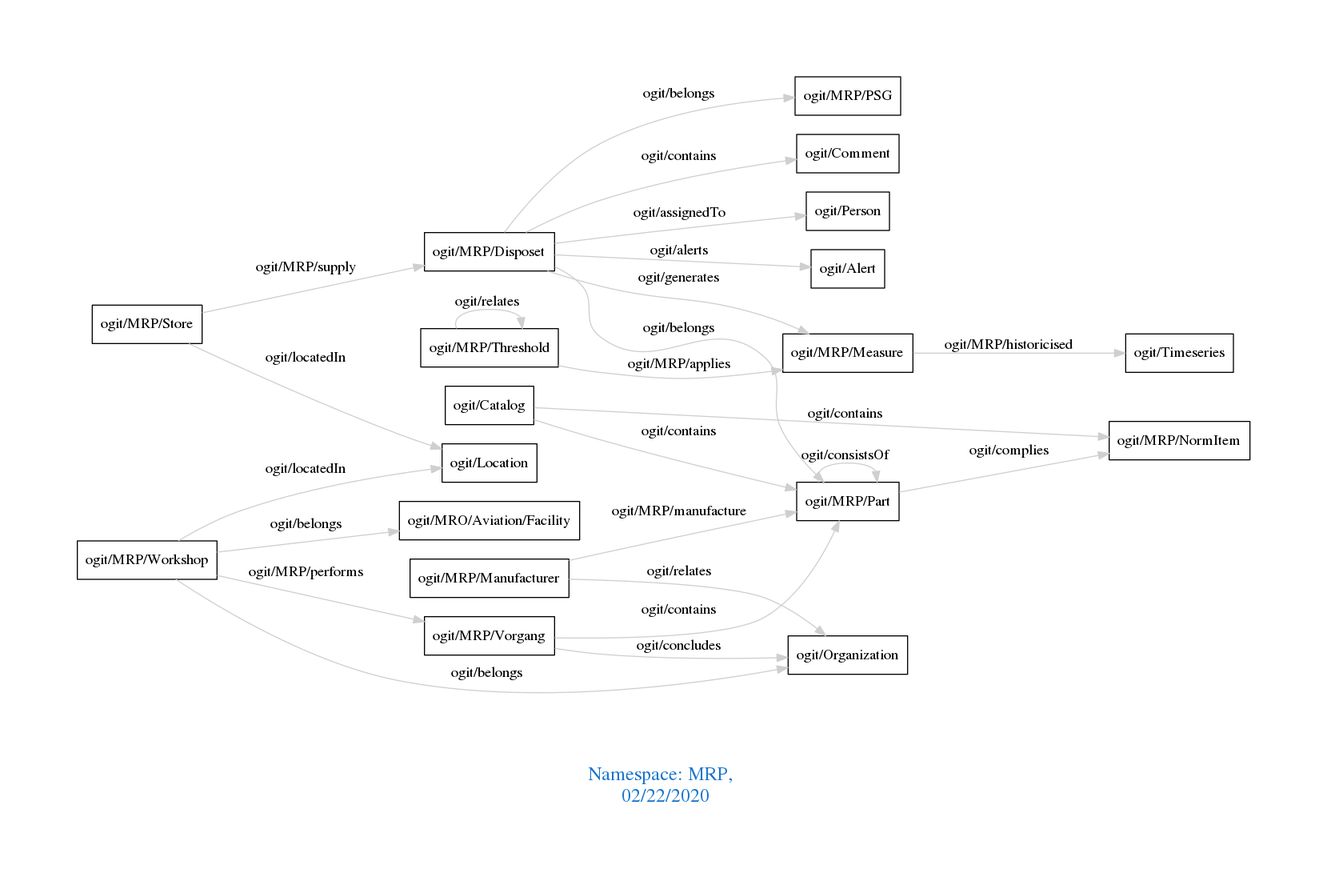
arago/OGIT keeps this Graphviz diagram as downloads/MRP.png. Above is the earlier version. Its source is kept beside it as downloads/MRP.dot.
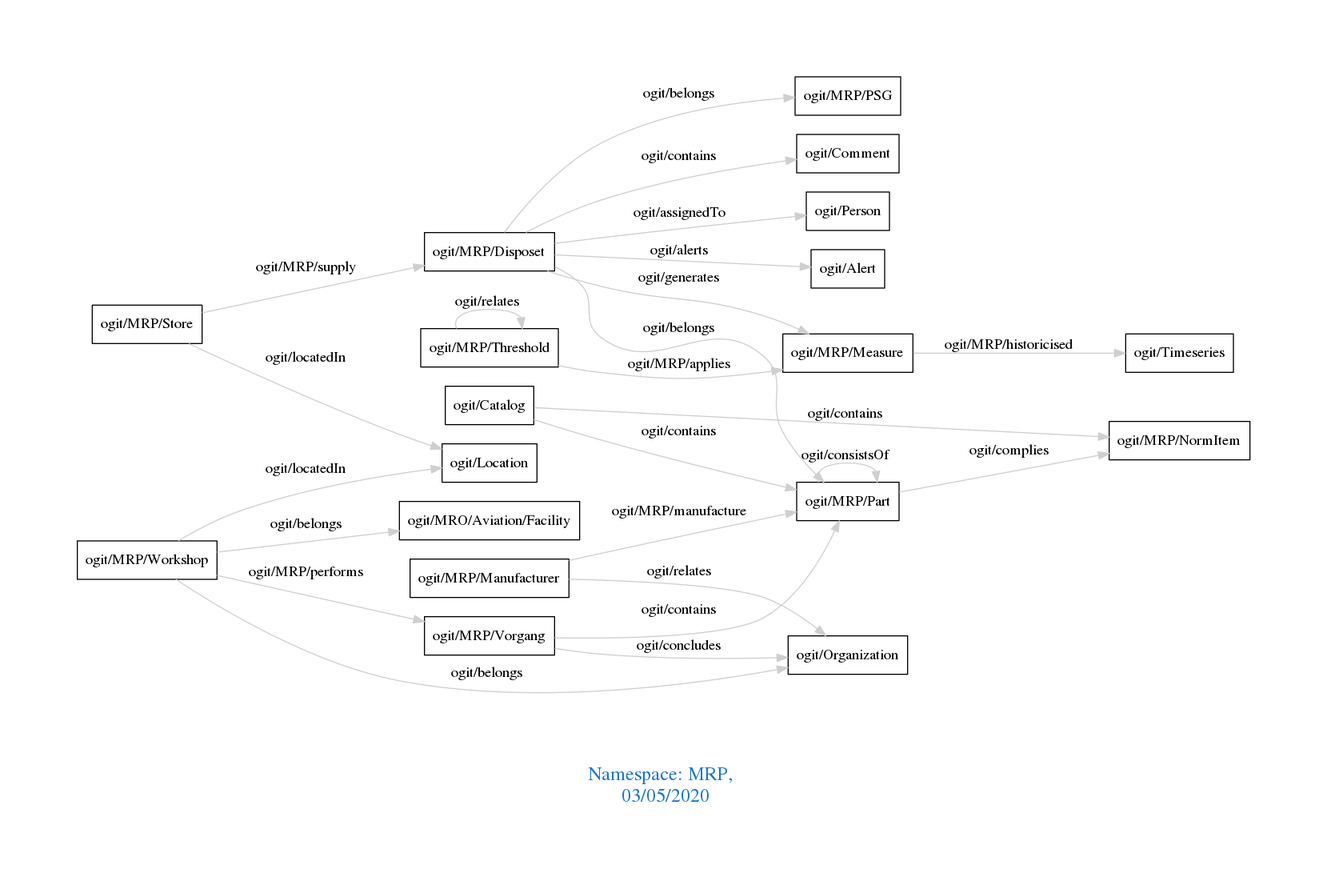
Above is the later version.

The edit, as a diff of the source:
```diff
@@ -1,7 +1,7 @@
 digraph OGIT_ontology {
  graph [ rankdir= LR,pad=1
 fontsize = 18,
-fontcolor= dodgerblue3,label = "\n\n\nNamespace: MRP, \n 02/22/2020"];
+fontcolor= dodgerblue3,label = "\n\n\nNamespace: MRP, \n 03/05/2020"];
 node[shape=polygon];
 edge [  color="gray81"];
 
```
